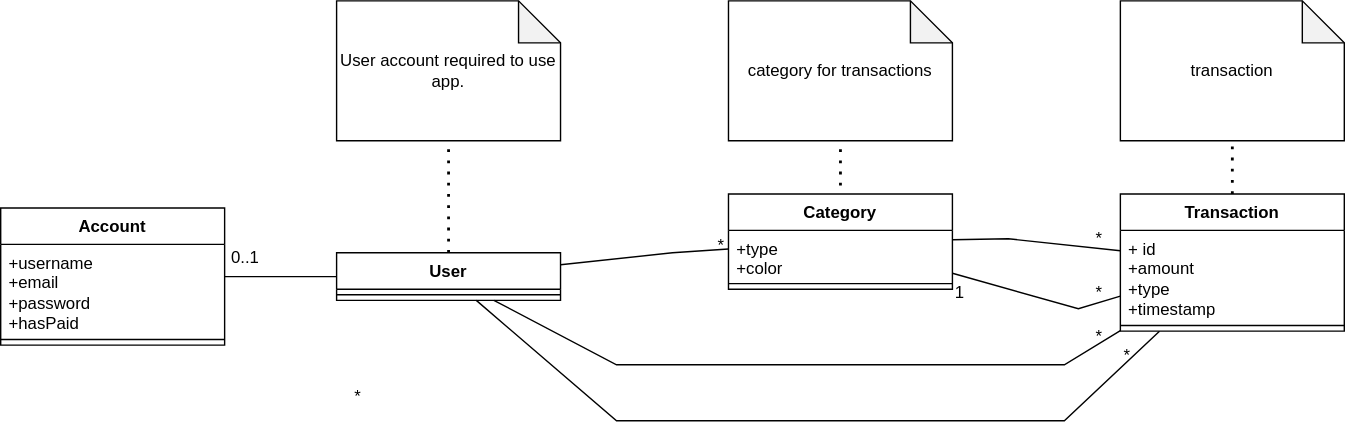
pucciorenzo/softengTesting keeps this draw.io diagram as diagrams/GlossaryV1.svg. Above is the earlier version. Source tidied: cells renumbered, new cells last; positions are measured from the earlier drawing's top-left corner, leaving out a move shared by most shapes.
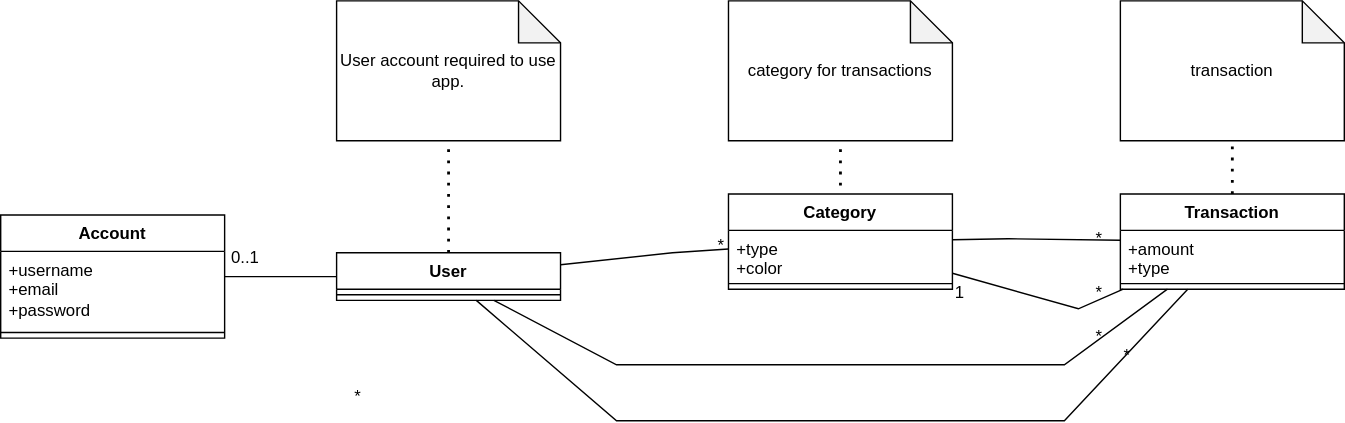
The same file after the commit.

What changed in the source:
```diff
@@ -74,13 +74,13 @@
       <mxGeometry y="26" width="160" height="8" as="geometry" />
     </mxCell>
     <mxCell id="17" value="Account" style="swimlane;fontStyle=1;align=center;verticalAlign=top;horizontal=1;startSize=26;whiteSpace=wrap;html=1;" parent="1" vertex="1">
-      <mxGeometry y="148" width="160" height="98" as="geometry" />
+      <mxGeometry y="153" width="160" height="88" as="geometry" />
     </mxCell>
-    <mxCell id="18" value="+username&lt;br&gt;+email&lt;br&gt;+password&lt;br&gt;+hasPaid" style="text;strokeColor=none;fillColor=none;align=left;verticalAlign=top;spacingLeft=4;spacingRight=4;overflow=hidden;whiteSpace=wrap;html=1;" parent="17" vertex="1">
-      <mxGeometry y="26" width="160" height="64" as="geometry" />
+    <mxCell id="18" value="+username&lt;br&gt;+email&lt;br&gt;+password" style="text;strokeColor=none;fillColor=none;align=left;verticalAlign=top;spacingLeft=4;spacingRight=4;overflow=hidden;whiteSpace=wrap;html=1;" parent="17" vertex="1">
+      <mxGeometry y="26" width="160" height="54" as="geometry" />
     </mxCell>
     <mxCell id="19" style="line;strokeWidth=1;fillColor=none;align=left;verticalAlign=middle;spacingTop=-1;spacingLeft=3;spacingRight=3;labelPosition=right;strokeColor=inherit;" parent="17" vertex="1">
-      <mxGeometry y="90" width="160" height="8" as="geometry" />
+      <mxGeometry y="80" width="160" height="8" as="geometry" />
     </mxCell>
     <mxCell id="20" style="endArrow=none;html=1;rounded=0;" parent="1" edge="1" source="17" target="15">
       <mxGeometry relative="1" as="geometry" />
@@ -98,13 +98,13 @@
       <mxGeometry y="60" width="160" height="8" as="geometry" />
     </mxCell>
     <mxCell id="25" value="Transaction" style="swimlane;fontStyle=1;align=center;verticalAlign=top;horizontal=1;startSize=26;whiteSpace=wrap;html=1;" parent="1" vertex="1">
-      <mxGeometry x="800" y="138" width="160" height="98" as="geometry" />
+      <mxGeometry x="800" y="138" width="160" height="68" as="geometry" />
     </mxCell>
-    <mxCell id="26" value="+ id&lt;br&gt;+amount&lt;br&gt;+type&lt;br&gt;+timestamp" style="text;strokeColor=none;fillColor=none;align=left;verticalAlign=top;spacingLeft=4;spacingRight=4;overflow=hidden;whiteSpace=wrap;html=1;" parent="25" vertex="1">
-      <mxGeometry y="26" width="160" height="64" as="geometry" />
+    <mxCell id="26" value="+amount&lt;br&gt;+type" style="text;strokeColor=none;fillColor=none;align=left;verticalAlign=top;spacingLeft=4;spacingRight=4;overflow=hidden;whiteSpace=wrap;html=1;" parent="25" vertex="1">
+      <mxGeometry y="26" width="160" height="34" as="geometry" />
     </mxCell>
     <mxCell id="27" style="line;strokeWidth=1;fillColor=none;align=left;verticalAlign=middle;spacingTop=-1;spacingLeft=3;spacingRight=3;labelPosition=right;strokeColor=inherit;" parent="25" vertex="1">
-      <mxGeometry y="90" width="160" height="8" as="geometry" />
+      <mxGeometry y="60" width="160" height="8" as="geometry" />
     </mxCell>
     <mxCell id="28" value="*" style="text;html=1;strokeColor=none;fillColor=none;align=center;verticalAlign=middle;whiteSpace=wrap;rounded=0;" parent="1" vertex="1">
       <mxGeometry x="780" y="166" width="10" height="8" as="geometry" />
```
